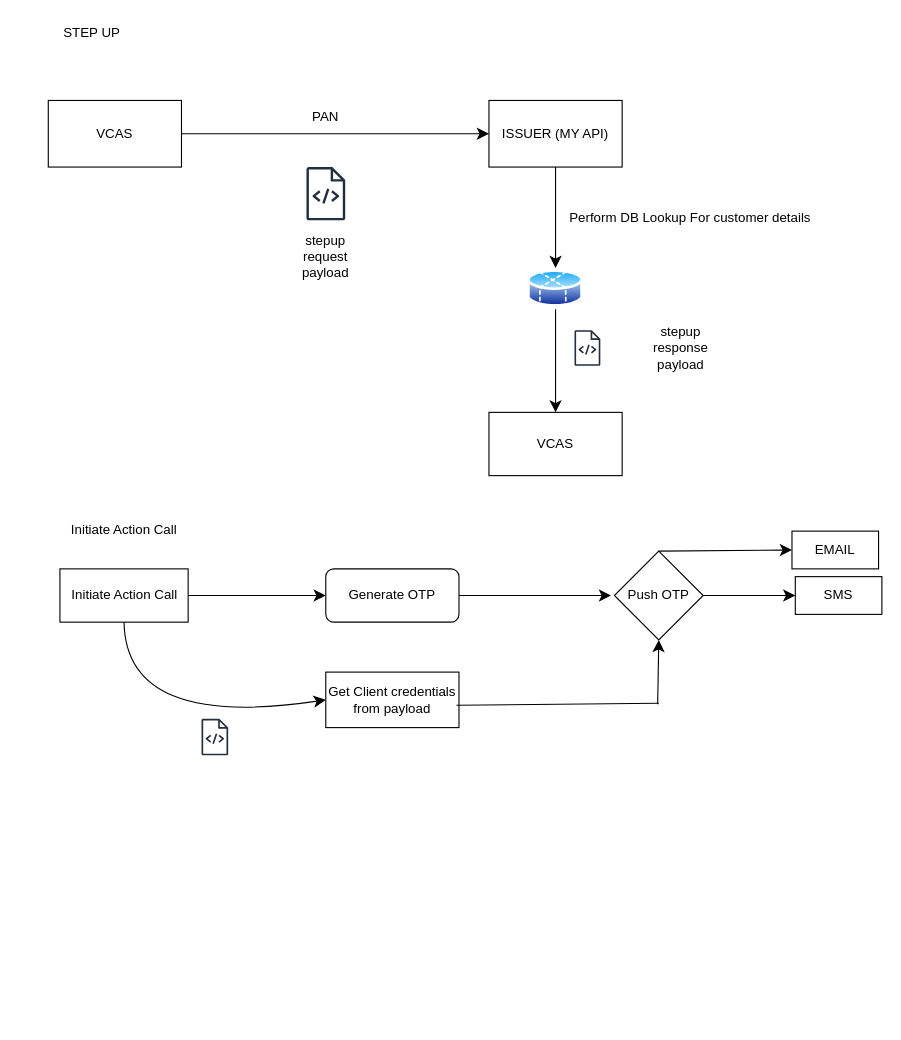
evankahenya/portfolio keeps this draw.io diagram as Untitled Diagram.drawio. Above is the earlier version. Source tidied: cells renumbered, new cells numbered last; positions are measured from the earlier drawing's top-left corner, leaving out a move shared by most shapes. Both pictures are drawn from the tidied source at 111%, with x=0, y=0 at pixel (19, 19).
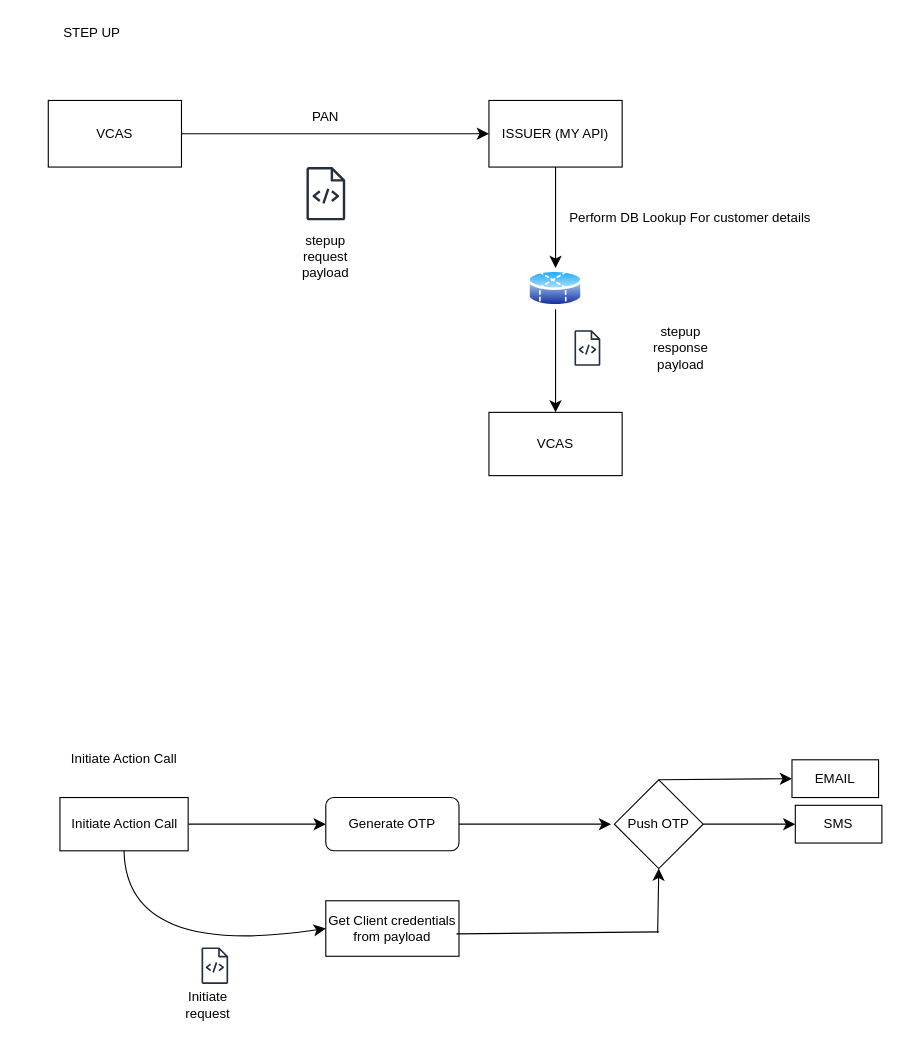
The same diagram, later.

Diff of the diagram source:
```diff
@@
     <mxCell id="16" value="Initiate Action Call" style="text;html=1;align=center;verticalAlign=middle;whiteSpace=wrap;rounded=0;" parent="1" vertex="1">
-      <mxGeometry x="29" y="448" width="131" height="23" as="geometry" />
+      <mxGeometry x="29" y="654" width="131" height="23" as="geometry" />
     </mxCell>
@@
     <mxCell id="18" value="Initiate Action Call" style="rounded=0;whiteSpace=wrap;html=1;" parent="1" vertex="1">
-      <mxGeometry x="36.5" y="495" width="115.5" height="48" as="geometry" />
+      <mxGeometry x="36.5" y="701" width="115.5" height="48" as="geometry" />
     </mxCell>
     <mxCell id="19" style="edgeStyle=none;curved=1;rounded=0;jettySize=auto;html=1;fontSize=12;startSize=8;endSize=8;" parent="1" edge="1" source="20">
       <mxGeometry relative="1" as="geometry">
-        <mxPoint x="533" y="519" as="targetPoint" />
+        <mxPoint x="533" y="725" as="targetPoint" />
       </mxGeometry>
     </mxCell>
     <mxCell id="20" value="Generate OTP" style="rounded=1;whiteSpace=wrap;html=1;" parent="1" vertex="1">
-      <mxGeometry x="276" y="495" width="120" height="48" as="geometry" />
+      <mxGeometry x="276" y="701" width="120" height="48" as="geometry" />
     </mxCell>
     <mxCell id="21" value="Get Client credentials&lt;div&gt;from payload&lt;/div&gt;" style="rounded=0;whiteSpace=wrap;html=1;" parent="1" vertex="1">
-      <mxGeometry x="276" y="588" width="120" height="50" as="geometry" />
+      <mxGeometry x="276" y="794" width="120" height="50" as="geometry" />
     </mxCell>
     <mxCell id="22" style="endArrow=classic;html=1;rounded=0;fontSize=12;startSize=8;endSize=8;curved=1;exitX=0.5;exitY=1;exitDx=0;exitDy=0;entryX=0;entryY=0.5;entryDx=0;entryDy=0;" parent="1" edge="1" source="18" target="21">
       <mxGeometry relative="1" as="geometry">
         <Array as="points">
-          <mxPoint x="96" y="640" />
+          <mxPoint x="96" y="846" />
         </Array>
       </mxGeometry>
     </mxCell>
     <mxCell id="23" style="sketch=0;fontColor=#232F3E;gradientColor=none;fillColor=#232F3D;strokeColor=none;dashed=0;verticalLabelPosition=bottom;verticalAlign=top;align=center;html=1;fontSize=12;fontStyle=0;shape=mxgraph.aws4.source_code;" parent="1" vertex="1">
-      <mxGeometry x="164" y="630" width="24.1" height="33" as="geometry" />
+      <mxGeometry x="164" y="836" width="24.1" height="33" as="geometry" />
     </mxCell>
@@
     <mxCell id="26" value="Push OTP" style="rhombus;whiteSpace=wrap;html=1;" parent="1" vertex="1">
-      <mxGeometry x="536" y="479" width="80" height="80" as="geometry" />
+      <mxGeometry x="536" y="685" width="80" height="80" as="geometry" />
     </mxCell>
     <mxCell id="27" style="endArrow=none;html=1;rounded=0;fontSize=12;startSize=8;endSize=8;curved=1;exitX=0.981;exitY=0.597;exitDx=0;exitDy=0;exitPerimeter=0;" parent="1" edge="1" source="21">
       <mxGeometry relative="1" as="geometry">
-        <mxPoint x="576" y="616" as="targetPoint" />
+        <mxPoint x="576" y="822" as="targetPoint" />
       </mxGeometry>
     </mxCell>
     <mxCell id="28" style="endArrow=classic;html=1;rounded=0;fontSize=12;startSize=8;endSize=8;curved=1;entryX=0.5;entryY=1;entryDx=0;entryDy=0;" parent="1" edge="1" target="26">
       <mxGeometry relative="1" as="geometry">
-        <mxPoint x="575" y="617" as="sourcePoint" />
+        <mxPoint x="575" y="823" as="sourcePoint" />
       </mxGeometry>
     </mxCell>
     <mxCell id="29" value="SMS" style="rounded=0;whiteSpace=wrap;html=1;" parent="1" vertex="1">
-      <mxGeometry x="699" y="502" width="78" height="34" as="geometry" />
+      <mxGeometry x="699" y="708" width="78" height="34" as="geometry" />
     </mxCell>
     <mxCell id="30" value="EMAIL" style="rounded=0;whiteSpace=wrap;html=1;" parent="1" vertex="1">
-      <mxGeometry x="696" y="461" width="78" height="34" as="geometry" />
+      <mxGeometry x="696" y="667" width="78" height="34" as="geometry" />
     </mxCell>
+    <mxCell id="31" value="Initiate request" style="text;html=1;align=center;verticalAlign=middle;whiteSpace=wrap;rounded=0;" parent="1" vertex="1">
+      <mxGeometry x="140" y="873" width="60" height="30" as="geometry" />
+    </mxCell>
```
